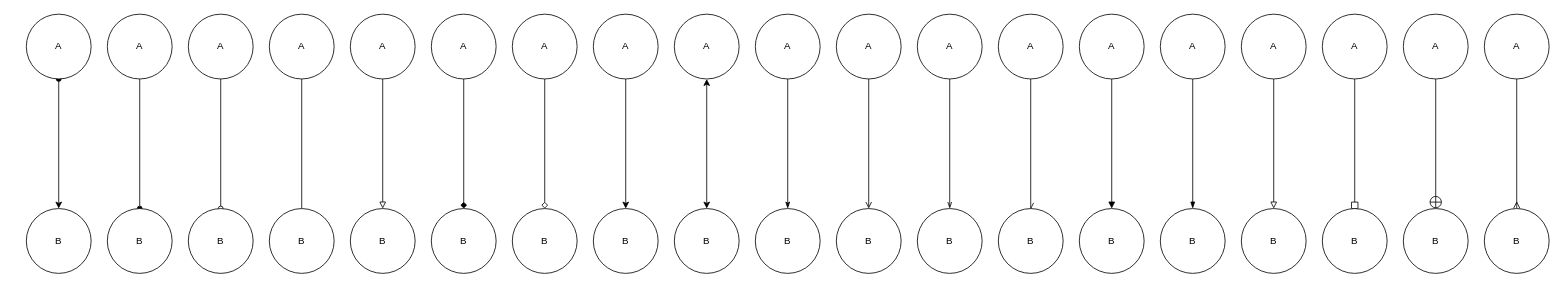
Earlier version of the draw.io diagram testarrowtypes.drawio (Janszczyrek/drawio_to_dot). Source tidied: cells renumbered, new cells numbered last; positions are measured from the earlier drawing's top-left corner, leaving out a move shared by most shapes. Both pictures are drawn from the tidied source at 81%, with x=0, y=0 at pixel (26, 14).
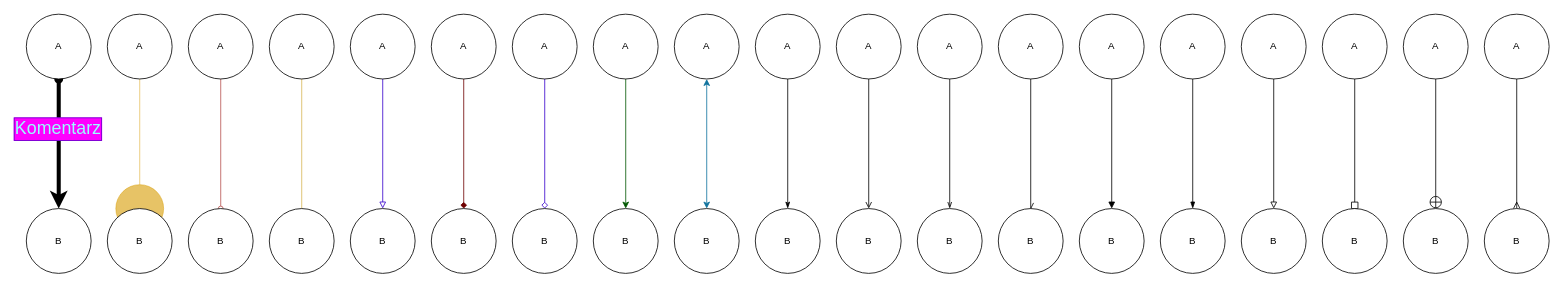
Above is the later version.

Commit message (it also covers changes not shown here):
Obsługa koloru krawędzi

The change refers to these unchanged cells:
```xml
<mxCell id="3" value="A" style="ellipse;whiteSpace=wrap;html=1;" parent="1" vertex="1">
  <mxGeometry width="80" height="80" as="geometry" />
</mxCell>
<mxCell id="4" value="B" style="ellipse;whiteSpace=wrap;html=1;" parent="1" vertex="1">
  <mxGeometry y="240" width="80" height="80" as="geometry" />
</mxCell>
<mxCell id="6" value="A" style="ellipse;whiteSpace=wrap;html=1;" parent="1" vertex="1">
  <mxGeometry x="100" width="80" height="80" as="geometry" />
</mxCell>
<mxCell id="7" value="B" style="ellipse;whiteSpace=wrap;html=1;" parent="1" vertex="1">
  <mxGeometry x="100" y="240" width="80" height="80" as="geometry" />
</mxCell>
<mxCell id="9" value="A" style="ellipse;whiteSpace=wrap;html=1;" parent="1" vertex="1">
  <mxGeometry x="200" width="80" height="80" as="geometry" />
</mxCell>
<mxCell id="10" value="B" style="ellipse;whiteSpace=wrap;html=1;" parent="1" vertex="1">
  <mxGeometry x="200" y="240" width="80" height="80" as="geometry" />
</mxCell>
<mxCell id="12" value="A" style="ellipse;whiteSpace=wrap;html=1;" parent="1" vertex="1">
  <mxGeometry x="300" width="80" height="80" as="geometry" />
</mxCell>
<mxCell id="13" value="B" style="ellipse;whiteSpace=wrap;html=1;" parent="1" vertex="1">
  <mxGeometry x="300" y="240" width="80" height="80" as="geometry" />
</mxCell>
<mxCell id="15" value="A" style="ellipse;whiteSpace=wrap;html=1;" parent="1" vertex="1">
  <mxGeometry x="400" width="80" height="80" as="geometry" />
</mxCell>
<mxCell id="16" value="B" style="ellipse;whiteSpace=wrap;html=1;" parent="1" vertex="1">
  <mxGeometry x="400" y="240" width="80" height="80" as="geometry" />
</mxCell>
<mxCell id="18" value="A" style="ellipse;whiteSpace=wrap;html=1;" parent="1" vertex="1">
  <mxGeometry x="500" width="80" height="80" as="geometry" />
</mxCell>
<mxCell id="19" value="B" style="ellipse;whiteSpace=wrap;html=1;" parent="1" vertex="1">
  <mxGeometry x="500" y="240" width="80" height="80" as="geometry" />
</mxCell>
<mxCell id="21" value="A" style="ellipse;whiteSpace=wrap;html=1;" parent="1" vertex="1">
  <mxGeometry x="600" width="80" height="80" as="geometry" />
</mxCell>
<mxCell id="22" value="B" style="ellipse;whiteSpace=wrap;html=1;" parent="1" vertex="1">
  <mxGeometry x="600" y="240" width="80" height="80" as="geometry" />
</mxCell>
<mxCell id="24" value="A" style="ellipse;whiteSpace=wrap;html=1;" parent="1" vertex="1">
  <mxGeometry x="700" width="80" height="80" as="geometry" />
</mxCell>
<mxCell id="25" value="B" style="ellipse;whiteSpace=wrap;html=1;" parent="1" vertex="1">
  <mxGeometry x="700" y="240" width="80" height="80" as="geometry" />
</mxCell>
<mxCell id="27" value="A" style="ellipse;whiteSpace=wrap;html=1;" parent="1" vertex="1">
  <mxGeometry x="800" width="80" height="80" as="geometry" />
</mxCell>
<mxCell id="28" value="B" style="ellipse;whiteSpace=wrap;html=1;" parent="1" vertex="1">
  <mxGeometry x="800" y="240" width="80" height="80" as="geometry" />
</mxCell>
```

What changed in the source:
```diff
@@
-    <mxCell id="2" style="rounded=0;jettySize=auto;html=1;exitX=0.5;exitY=1;exitDx=0;exitDy=0;strokeColor=default;flowAnimation=0;shadow=0;jumpStyle=none;orthogonal=0;entryX=0.5;entryY=0;entryDx=0;entryDy=0;endArrow=classic;endFill=1;startArrow=oval;startFill=1;" parent="1" edge="1" source="3" target="4">
+    <mxCell id="2" style="rounded=0;jettySize=auto;html=1;exitX=0.5;exitY=1;exitDx=0;exitDy=0;strokeColor=default;flowAnimation=0;shadow=0;jumpStyle=none;orthogonal=0;entryX=0.5;entryY=0;entryDx=0;entryDy=0;endArrow=classic;endFill=1;startArrow=oval;startFill=1;strokeWidth=5;" parent="1" edge="1" source="3" target="4">
       <mxGeometry relative="1" as="geometry" />
     </mxCell>
+    <mxCell id="59" value="Komentarz" style="edgeLabel;html=1;align=center;verticalAlign=middle;fontSize=22;fontColor=#99FFFF;labelBackgroundColor=#FF00FF;labelBorderColor=#6600CC;textShadow=0;" parent="2" vertex="1">
+      <mxGeometry x="-0.24" y="-2" relative="1" as="geometry" />
+    </mxCell>
@@
-    <mxCell id="5" style="rounded=0;jettySize=auto;html=1;exitX=0.5;exitY=1;exitDx=0;exitDy=0;strokeColor=default;flowAnimation=0;shadow=0;jumpStyle=none;orthogonal=0;entryX=0.5;entryY=0;entryDx=0;entryDy=0;endArrow=oval;endFill=1;" parent="1" edge="1" source="6" target="7">
+    <mxCell id="5" style="rounded=0;jettySize=auto;html=1;exitX=0.5;exitY=1;exitDx=0;exitDy=0;strokeColor=#d79b00;flowAnimation=0;shadow=0;jumpStyle=none;orthogonal=0;entryX=0.5;entryY=0;entryDx=0;entryDy=0;endArrow=oval;endFill=1;curved=0;endSize=59;jumpSize=12;opacity=60;fillColor=#ffe6cc;" parent="1" edge="1" source="6" target="7">
       <mxGeometry relative="1" as="geometry" />
     </mxCell>
@@
-    <mxCell id="8" style="rounded=0;jettySize=auto;html=1;exitX=0.5;exitY=1;exitDx=0;exitDy=0;strokeColor=default;flowAnimation=0;shadow=0;jumpStyle=none;orthogonal=0;entryX=0.5;entryY=0;entryDx=0;entryDy=0;endArrow=oval;endFill=0;" parent="1" edge="1" source="9" target="10">
+    <mxCell id="8" style="rounded=0;jettySize=auto;html=1;exitX=0.5;exitY=1;exitDx=0;exitDy=0;strokeColor=#b85450;flowAnimation=0;shadow=0;jumpStyle=none;orthogonal=0;entryX=0.5;entryY=0;entryDx=0;entryDy=0;endArrow=oval;endFill=0;fillColor=#f8cecc;" parent="1" edge="1" source="9" target="10">
       <mxGeometry relative="1" as="geometry" />
     </mxCell>
@@
-    <mxCell id="11" style="rounded=0;jettySize=auto;html=1;exitX=0.5;exitY=1;exitDx=0;exitDy=0;strokeColor=default;flowAnimation=0;shadow=0;jumpStyle=none;orthogonal=0;entryX=0.5;entryY=0;entryDx=0;entryDy=0;endArrow=none;endFill=0;" parent="1" edge="1" source="12" target="13">
+    <mxCell id="11" style="rounded=0;jettySize=auto;html=1;exitX=0.5;exitY=1;exitDx=0;exitDy=0;strokeColor=#d6b656;flowAnimation=0;shadow=0;jumpStyle=none;orthogonal=0;entryX=0.5;entryY=0;entryDx=0;entryDy=0;endArrow=none;endFill=0;fillColor=#fff2cc;" parent="1" edge="1" source="12" target="13">
       <mxGeometry relative="1" as="geometry" />
     </mxCell>
@@
-    <mxCell id="14" style="rounded=0;jettySize=auto;html=1;exitX=0.5;exitY=1;exitDx=0;exitDy=0;strokeColor=default;flowAnimation=0;shadow=0;jumpStyle=none;orthogonal=0;entryX=0.5;entryY=0;entryDx=0;entryDy=0;endArrow=block;endFill=0;" parent="1" edge="1" source="15" target="16">
+    <mxCell id="14" style="rounded=0;jettySize=auto;html=1;exitX=0.5;exitY=1;exitDx=0;exitDy=0;strokeColor=#3700CC;flowAnimation=0;shadow=0;jumpStyle=none;orthogonal=0;entryX=0.5;entryY=0;entryDx=0;entryDy=0;endArrow=block;endFill=0;fillColor=#6a00ff;" parent="1" edge="1" source="15" target="16">
       <mxGeometry relative="1" as="geometry" />
     </mxCell>
@@
-    <mxCell id="17" style="rounded=0;jettySize=auto;html=1;exitX=0.5;exitY=1;exitDx=0;exitDy=0;strokeColor=default;flowAnimation=0;shadow=0;jumpStyle=none;orthogonal=0;entryX=0.5;entryY=0;entryDx=0;entryDy=0;endArrow=diamond;endFill=1;" parent="1" edge="1" source="18" target="19">
+    <mxCell id="17" style="rounded=0;jettySize=auto;html=1;exitX=0.5;exitY=1;exitDx=0;exitDy=0;strokeColor=#6F0000;flowAnimation=0;shadow=0;jumpStyle=none;orthogonal=0;entryX=0.5;entryY=0;entryDx=0;entryDy=0;endArrow=diamond;endFill=1;fillColor=#a20025;" parent="1" edge="1" source="18" target="19">
       <mxGeometry relative="1" as="geometry" />
     </mxCell>
@@
-    <mxCell id="20" style="rounded=0;jettySize=auto;html=1;exitX=0.5;exitY=1;exitDx=0;exitDy=0;strokeColor=default;flowAnimation=0;shadow=0;jumpStyle=none;orthogonal=0;entryX=0.5;entryY=0;entryDx=0;entryDy=0;endArrow=diamond;endFill=0;" parent="1" edge="1" source="21" target="22">
+    <mxCell id="20" style="rounded=0;jettySize=auto;html=1;exitX=0.5;exitY=1;exitDx=0;exitDy=0;strokeColor=#3700CC;flowAnimation=0;shadow=0;jumpStyle=none;orthogonal=0;entryX=0.5;entryY=0;entryDx=0;entryDy=0;endArrow=diamond;endFill=0;fillColor=#6a00ff;" parent="1" edge="1" source="21" target="22">
       <mxGeometry relative="1" as="geometry" />
     </mxCell>
@@
-    <mxCell id="23" style="edgeStyle=orthogonalEdgeStyle;rounded=0;jettySize=auto;html=1;" parent="1" edge="1" source="24" target="25">
+    <mxCell id="23" style="edgeStyle=orthogonalEdgeStyle;rounded=0;jettySize=auto;html=1;fillColor=#008a00;strokeColor=#005700;" parent="1" edge="1" source="24" target="25">
       <mxGeometry relative="1" as="geometry" />
     </mxCell>
@@
-    <mxCell id="26" style="rounded=0;jettySize=auto;html=1;exitX=0.5;exitY=1;exitDx=0;exitDy=0;strokeColor=default;flowAnimation=0;shadow=0;jumpStyle=none;orthogonal=0;entryX=0.5;entryY=0;entryDx=0;entryDy=0;endArrow=classic;endFill=1;startArrow=classic;startFill=1;" parent="1" edge="1" source="27" target="28">
+    <mxCell id="26" style="rounded=0;jettySize=auto;html=1;exitX=0.5;exitY=1;exitDx=0;exitDy=0;flowAnimation=0;shadow=0;jumpStyle=none;orthogonal=0;entryX=0.5;entryY=0;entryDx=0;entryDy=0;endArrow=classic;endFill=1;startArrow=classic;startFill=1;fillColor=#b1ddf0;strokeColor=#10739e;" parent="1" edge="1" source="27" target="28">
       <mxGeometry relative="1" as="geometry" />
     </mxCell>
```
